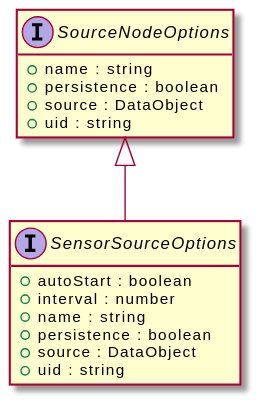
Above: assets/SensorSourceOptions-umlClassDiagram-10206.svg in OpenHPS/openhps-core (PlantUML), before the change. Its diagram source:
```plantuml
@startuml
skinparam BackgroundColor transparent
hide empty methods
hide empty fields
interface "SensorSourceOptions" {
    +autoStart : boolean
    +interval : number
    +name : string
    +persistence : boolean
    +source : DataObject
    +uid : string
}
interface "SourceNodeOptions" {
    +name : string
    +persistence : boolean
    +source : DataObject
    +uid : string
}
"SourceNodeOptions" <|-- "SensorSourceOptions"
@enduml
```
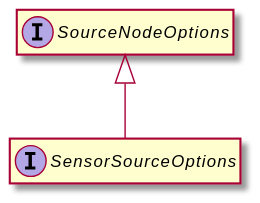
The same diagram one commit later.

The edit, as a diff of the source:
```diff
@@ -3,18 +3,8 @@
 hide empty methods
 hide empty fields
 interface "SensorSourceOptions" {
-    +autoStart : boolean
-    +interval : number
-    +name : string
-    +persistence : boolean
-    +source : DataObject
-    +uid : string
 }
 interface "SourceNodeOptions" {
-    +name : string
-    +persistence : boolean
-    +source : DataObject
-    +uid : string
 }
 "SourceNodeOptions" <|-- "SensorSourceOptions"
 @enduml
```
